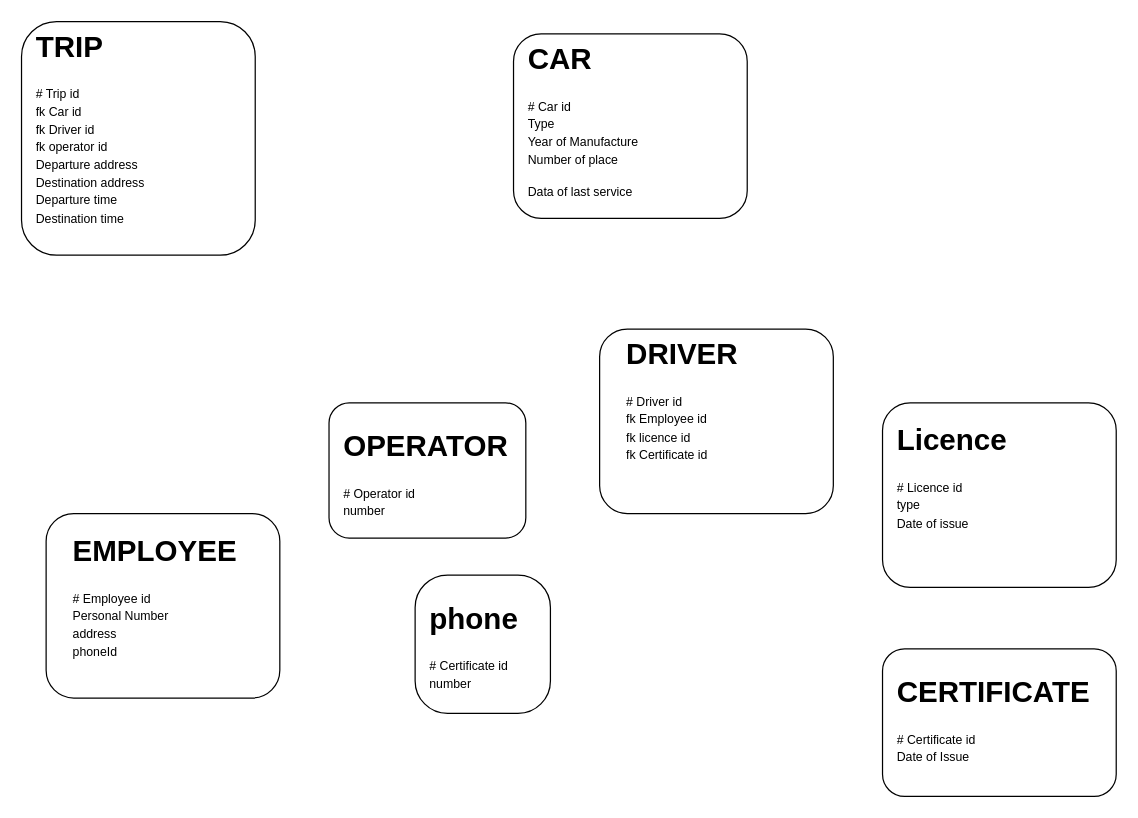
Before: lab Diagram.drawio in Usmankhan-038/New, a draw.io diagram. Source tidied: cells renumbered, new cells numbered last; positions are measured from the earlier drawing's top-left corner, leaving out a move shared by most shapes. Both pictures are drawn from the tidied source at 123%, with x=0, y=0 at pixel (21, 21).
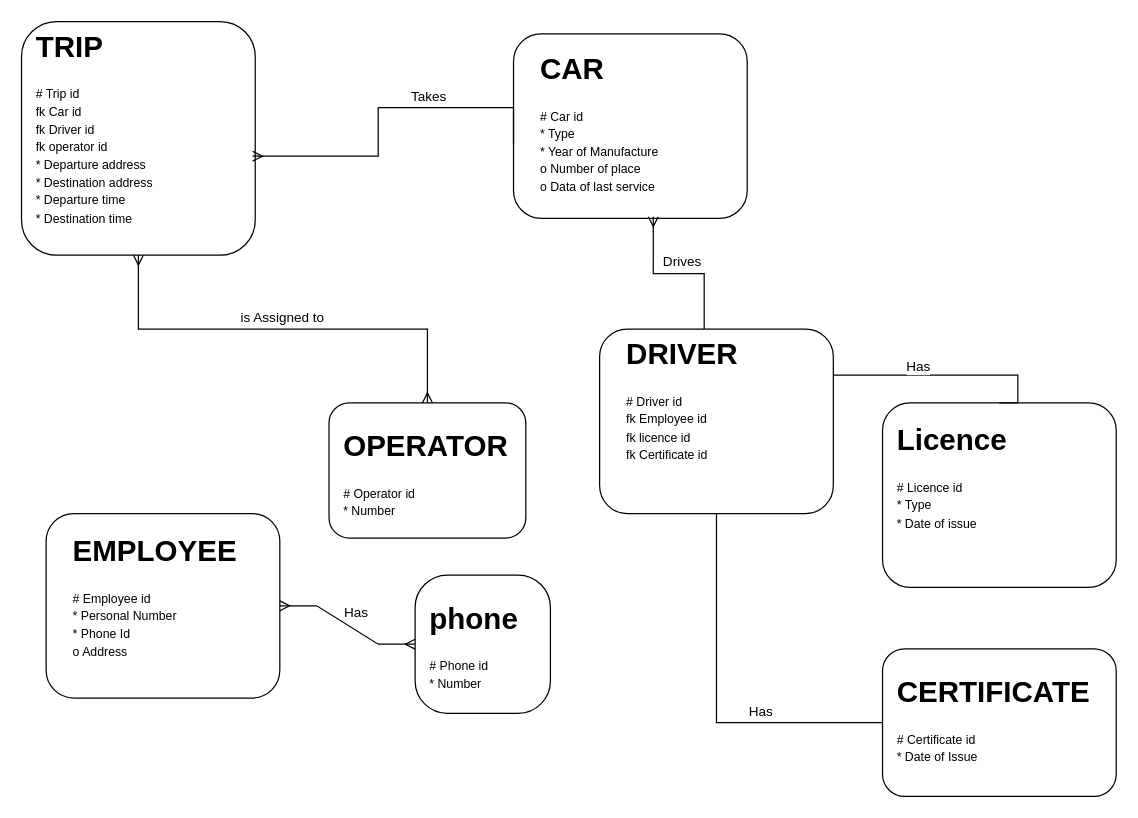
The same diagram, later.

The change refers to these unchanged cells:
```xml
<mxCell id="2" style="rounded=1;whiteSpace=wrap;html=1;" parent="1" vertex="1">
  <mxGeometry x="20" y="400" width="190" height="150" as="geometry" />
</mxCell>
<mxCell id="4" style="rounded=1;whiteSpace=wrap;html=1;" parent="1" vertex="1">
  <mxGeometry width="190" height="190" as="geometry" />
</mxCell>
<mxCell id="6" style="rounded=1;whiteSpace=wrap;html=1;" parent="1" vertex="1">
  <mxGeometry x="470" y="250" width="190" height="150" as="geometry" />
</mxCell>
<mxCell id="7" value="&lt;h1 style=&quot;margin-top: 0px;&quot;&gt;DRIVER&lt;/h1&gt;&lt;p&gt;&lt;span style=&quot;background-color: initial; font-size: 10px;&quot;&gt;# Driver id&lt;/span&gt;&lt;br&gt;&lt;span style=&quot;font-size: 10px; background-color: initial;&quot;&gt;fk Employee id&lt;/span&gt;&lt;br&gt;&lt;span style=&quot;font-size: 10px; background-color: initial;&quot;&gt;fk licence id&lt;/span&gt;&lt;br&gt;&lt;span style=&quot;font-size: 10px; background-color: initial;&quot;&gt;fk Certificate id&lt;/span&gt;&lt;br&gt;&lt;/p&gt;&lt;p&gt;&lt;br&gt;&lt;/p&gt;&lt;p&gt;&lt;br&gt;&lt;/p&gt;" style="text;html=1;whiteSpace=wrap;overflow=hidden;rounded=0;" parent="1" vertex="1">
  <mxGeometry x="490" y="250" width="130" height="120" as="geometry" />
</mxCell>
<mxCell id="8" style="rounded=1;whiteSpace=wrap;html=1;" parent="1" vertex="1">
  <mxGeometry x="400" y="10" width="190" height="150" as="geometry" />
</mxCell>
<mxCell id="10" style="rounded=1;whiteSpace=wrap;html=1;" parent="1" vertex="1">
  <mxGeometry x="700" y="510" width="190" height="120" as="geometry" />
</mxCell>
<mxCell id="12" style="rounded=1;whiteSpace=wrap;html=1;" parent="1" vertex="1">
  <mxGeometry x="700" y="310" width="190" height="150" as="geometry" />
</mxCell>
<mxCell id="14" style="rounded=1;whiteSpace=wrap;html=1;arcSize=24;" parent="1" vertex="1">
  <mxGeometry x="320" y="450" width="110" height="112.5" as="geometry" />
</mxCell>
<mxCell id="16" style="rounded=1;whiteSpace=wrap;html=1;" parent="1" vertex="1">
  <mxGeometry x="250" y="310" width="160" height="110" as="geometry" />
</mxCell>
```

What changed in the source:
```diff
@@
-    <mxCell id="3" value="&lt;h1 style=&quot;margin-top: 0px;&quot;&gt;EMPLOYEE&lt;/h1&gt;&lt;p&gt;&lt;span style=&quot;font-size: 10px; background-color: initial;&quot;&gt;# Employee id&lt;/span&gt;&lt;br&gt;&lt;span style=&quot;font-size: 10px; background-color: initial;&quot;&gt;Personal Number&lt;/span&gt;&lt;br&gt;&lt;span style=&quot;background-color: initial; font-size: 10px;&quot;&gt;address&lt;/span&gt;&lt;br&gt;&lt;span style=&quot;background-color: initial; font-size: 10px;&quot;&gt;phoneId&lt;/span&gt;&lt;br&gt;&lt;/p&gt;&lt;p&gt;&lt;br&gt;&lt;/p&gt;&lt;p&gt;&lt;br&gt;&lt;/p&gt;" style="text;html=1;whiteSpace=wrap;overflow=hidden;rounded=0;" parent="1" vertex="1">
+    <mxCell id="3" value="&lt;h1 style=&quot;margin-top: 0px;&quot;&gt;EMPLOYEE&lt;/h1&gt;&lt;p&gt;&lt;span style=&quot;background-color: initial; font-size: 10px;&quot;&gt;# Employee id&lt;/span&gt;&lt;br&gt;&lt;span style=&quot;background-color: initial; font-size: 10px;&quot;&gt;* Personal Number&lt;/span&gt;&lt;br&gt;&lt;span style=&quot;font-size: 10px; background-color: initial;&quot;&gt;* Phone Id&lt;/span&gt;&lt;br&gt;&lt;span style=&quot;background-color: initial; font-size: 10px;&quot;&gt;o Address&lt;/span&gt;&lt;br&gt;&lt;/p&gt;&lt;p&gt;&lt;br&gt;&lt;/p&gt;&lt;p&gt;&lt;br&gt;&lt;/p&gt;&lt;p&gt;&lt;br&gt;&lt;/p&gt;" style="text;html=1;whiteSpace=wrap;overflow=hidden;rounded=0;" parent="1" vertex="1">
       <mxGeometry x="40" y="410" width="150" height="130" as="geometry" />
     </mxCell>
@@
-    <mxCell id="5" value="&lt;h1 style=&quot;margin-top: 0px;&quot;&gt;TRIP&lt;/h1&gt;&lt;p&gt;&lt;span style=&quot;background-color: initial; font-size: 10px;&quot;&gt;# Trip id&lt;/span&gt;&lt;br&gt;&lt;span style=&quot;font-size: 10px; background-color: initial;&quot;&gt;fk Car id&lt;/span&gt;&lt;br&gt;&lt;span style=&quot;font-size: 10px; background-color: initial;&quot;&gt;fk Driver id&lt;/span&gt;&lt;br&gt;&lt;span style=&quot;font-size: 10px; background-color: initial;&quot;&gt;fk operator id&lt;/span&gt;&lt;br&gt;&lt;span style=&quot;font-size: 10px; background-color: initial;&quot;&gt;Departure address&lt;/span&gt;&lt;br&gt;&lt;span style=&quot;font-size: 10px; background-color: initial;&quot;&gt;Destination address&lt;/span&gt;&lt;br&gt;&lt;span style=&quot;font-size: 10px; background-color: initial;&quot;&gt;Departure time&lt;/span&gt;&lt;br&gt;&lt;span style=&quot;font-size: 10px; background-color: initial;&quot;&gt;Destination time&lt;/span&gt;&lt;br&gt;&lt;/p&gt;&lt;p&gt;&lt;br&gt;&lt;/p&gt;&lt;p&gt;&lt;br&gt;&lt;/p&gt;" style="text;html=1;whiteSpace=wrap;overflow=hidden;rounded=0;" parent="1" vertex="1">
+    <mxCell id="5" value="&lt;h1 style=&quot;margin-top: 0px;&quot;&gt;TRIP&lt;/h1&gt;&lt;p&gt;&lt;span style=&quot;background-color: initial; font-size: 10px;&quot;&gt;# Trip id&lt;/span&gt;&lt;br&gt;&lt;span style=&quot;font-size: 10px; background-color: initial;&quot;&gt;fk Car id&lt;/span&gt;&lt;br&gt;&lt;span style=&quot;font-size: 10px; background-color: initial;&quot;&gt;fk Driver id&lt;/span&gt;&lt;br&gt;&lt;span style=&quot;font-size: 10px; background-color: initial;&quot;&gt;fk operator id&lt;/span&gt;&lt;br&gt;&lt;span style=&quot;font-size: 10px; background-color: initial;&quot;&gt;* Departure address&lt;/span&gt;&lt;br&gt;&lt;span style=&quot;font-size: 10px; background-color: initial;&quot;&gt;* Destination address&lt;/span&gt;&lt;br&gt;&lt;span style=&quot;font-size: 10px; background-color: initial;&quot;&gt;* Departure time&lt;/span&gt;&lt;br&gt;&lt;span style=&quot;font-size: 10px; background-color: initial;&quot;&gt;* Destination time&lt;/span&gt;&lt;br&gt;&lt;/p&gt;&lt;p&gt;&lt;br&gt;&lt;/p&gt;&lt;p&gt;&lt;br&gt;&lt;/p&gt;" style="text;html=1;whiteSpace=wrap;overflow=hidden;rounded=0;" parent="1" vertex="1">
       <mxGeometry x="10" width="170" height="170" as="geometry" />
     </mxCell>
@@
-    <mxCell id="9" value="&lt;h1 style=&quot;margin-top: 0px;&quot;&gt;CAR&lt;/h1&gt;&lt;p&gt;&lt;span style=&quot;font-size: 10px; background-color: initial;&quot;&gt;# Car id&lt;/span&gt;&lt;br&gt;&lt;span style=&quot;font-size: 10px;&quot;&gt;Type&lt;/span&gt;&lt;br&gt;&lt;span style=&quot;font-size: 10px;&quot;&gt;Year of Manufacture&lt;/span&gt;&lt;br&gt;&lt;span style=&quot;font-size: 10px;&quot;&gt;Number of place&lt;/span&gt;&lt;/p&gt;&lt;p&gt;&lt;span style=&quot;font-size: 10px;&quot;&gt;Data of last service&lt;/span&gt;&lt;/p&gt;&lt;p&gt;&lt;br&gt;&lt;/p&gt;&lt;p&gt;&lt;br&gt;&lt;/p&gt;" style="text;html=1;whiteSpace=wrap;overflow=hidden;rounded=0;" parent="1" vertex="1">
-      <mxGeometry x="410" y="10" width="140" height="135" as="geometry" />
+    <mxCell id="9" value="&lt;h1 style=&quot;margin-top: 0px;&quot;&gt;CAR&lt;/h1&gt;&lt;p&gt;&lt;span style=&quot;background-color: initial; font-size: 10px;&quot;&gt;# Car id&lt;/span&gt;&lt;br&gt;&lt;span style=&quot;font-size: 10px; background-color: initial;&quot;&gt;* Type&lt;/span&gt;&lt;br&gt;&lt;span style=&quot;font-size: 10px; background-color: initial;&quot;&gt;* Year of Manufacture&lt;/span&gt;&lt;br&gt;&lt;span style=&quot;font-size: 10px; background-color: initial;&quot;&gt;o Number of place&lt;/span&gt;&lt;br&gt;&lt;span style=&quot;font-size: 10px; background-color: initial;&quot;&gt;o Data of last service&lt;/span&gt;&lt;br&gt;&lt;/p&gt;&lt;p&gt;&lt;br&gt;&lt;/p&gt;&lt;p&gt;&lt;br&gt;&lt;/p&gt;" style="text;html=1;whiteSpace=wrap;overflow=hidden;rounded=0;" parent="1" vertex="1">
+      <mxGeometry x="420" y="17.5" width="140" height="135" as="geometry" />
     </mxCell>
@@
-    <mxCell id="11" value="&lt;h1 style=&quot;margin-top: 0px;&quot;&gt;CERTIFICATE&lt;/h1&gt;&lt;p&gt;&lt;span style=&quot;background-color: initial; font-size: 10px;&quot;&gt;# Certificate id&lt;/span&gt;&lt;br&gt;&lt;span style=&quot;font-size: 10px;&quot;&gt;Date of Issue&lt;/span&gt;&lt;br&gt;&lt;/p&gt;&lt;p&gt;&lt;br&gt;&lt;/p&gt;&lt;p&gt;&lt;br&gt;&lt;/p&gt;" style="text;html=1;whiteSpace=wrap;overflow=hidden;rounded=0;" parent="1" vertex="1">
+    <mxCell id="11" value="&lt;h1 style=&quot;margin-top: 0px;&quot;&gt;CERTIFICATE&lt;/h1&gt;&lt;p&gt;&lt;span style=&quot;background-color: initial; font-size: 10px;&quot;&gt;# Certificate id&lt;/span&gt;&lt;br&gt;&lt;span style=&quot;font-size: 10px;&quot;&gt;* Date of Issue&lt;/span&gt;&lt;br&gt;&lt;/p&gt;&lt;p&gt;&lt;br&gt;&lt;/p&gt;&lt;p&gt;&lt;br&gt;&lt;/p&gt;" style="text;html=1;whiteSpace=wrap;overflow=hidden;rounded=0;" parent="1" vertex="1">
       <mxGeometry x="710" y="525" width="160" height="85" as="geometry" />
     </mxCell>
@@
-    <mxCell id="13" value="&lt;h1 style=&quot;margin-top: 0px;&quot;&gt;Licence&lt;/h1&gt;&lt;p&gt;&lt;span style=&quot;background-color: initial; font-size: 10px;&quot;&gt;# Licence id&lt;/span&gt;&lt;br&gt;&lt;span style=&quot;font-size: 10px;&quot;&gt;type&lt;/span&gt;&lt;br&gt;&lt;span style=&quot;font-size: 10px;&quot;&gt;Date of issue&lt;/span&gt;&lt;br&gt;&lt;br&gt;&lt;/p&gt;&lt;p&gt;&lt;br&gt;&lt;/p&gt;&lt;p&gt;&lt;br&gt;&lt;/p&gt;" style="text;html=1;whiteSpace=wrap;overflow=hidden;rounded=0;" parent="1" vertex="1">
+    <mxCell id="13" value="&lt;h1 style=&quot;margin-top: 0px;&quot;&gt;Licence&lt;/h1&gt;&lt;p&gt;&lt;span style=&quot;background-color: initial; font-size: 10px;&quot;&gt;# Licence id&lt;/span&gt;&lt;br&gt;&lt;span style=&quot;font-size: 10px;&quot;&gt;* Type&lt;/span&gt;&lt;br&gt;&lt;span style=&quot;font-size: 10px;&quot;&gt;* Date of issue&lt;/span&gt;&lt;br&gt;&lt;br&gt;&lt;/p&gt;&lt;p&gt;&lt;br&gt;&lt;/p&gt;&lt;p&gt;&lt;br&gt;&lt;/p&gt;" style="text;html=1;whiteSpace=wrap;overflow=hidden;rounded=0;" parent="1" vertex="1">
       <mxGeometry x="710" y="320" width="130" height="120" as="geometry" />
     </mxCell>
@@
-    <mxCell id="15" value="&lt;h1 style=&quot;margin-top: 0px;&quot;&gt;phone&lt;/h1&gt;&lt;p&gt;&lt;span style=&quot;background-color: initial; font-size: 10px;&quot;&gt;# Certificate id&lt;/span&gt;&lt;br&gt;&lt;span style=&quot;font-size: 10px;&quot;&gt;number&lt;/span&gt;&lt;/p&gt;&lt;p&gt;&lt;br&gt;&lt;/p&gt;&lt;p&gt;&lt;br&gt;&lt;/p&gt;" style="text;html=1;whiteSpace=wrap;overflow=hidden;rounded=0;" parent="1" vertex="1">
+    <mxCell id="15" value="&lt;h1 style=&quot;margin-top: 0px;&quot;&gt;phone&lt;/h1&gt;&lt;p&gt;&lt;span style=&quot;background-color: initial; font-size: 10px;&quot;&gt;# Phone id&lt;/span&gt;&lt;br&gt;&lt;span style=&quot;font-size: 10px;&quot;&gt;* Number&lt;/span&gt;&lt;/p&gt;&lt;p&gt;&lt;br&gt;&lt;/p&gt;&lt;p&gt;&lt;br&gt;&lt;/p&gt;" style="text;html=1;whiteSpace=wrap;overflow=hidden;rounded=0;" parent="1" vertex="1">
       <mxGeometry x="330" y="465" width="90" height="87.5" as="geometry" />
     </mxCell>
@@
-    <mxCell id="17" value="&lt;h1 style=&quot;margin-top: 0px;&quot;&gt;OPERATOR&lt;/h1&gt;&lt;p&gt;&lt;span style=&quot;background-color: initial; font-size: 10px;&quot;&gt;# Operator id&lt;/span&gt;&lt;br&gt;&lt;span style=&quot;font-size: 10px;&quot;&gt;number&lt;/span&gt;&lt;/p&gt;&lt;p&gt;&lt;br&gt;&lt;/p&gt;&lt;p&gt;&lt;br&gt;&lt;/p&gt;" style="text;html=1;whiteSpace=wrap;overflow=hidden;rounded=0;" parent="1" vertex="1">
+    <mxCell id="17" value="&lt;h1 style=&quot;margin-top: 0px;&quot;&gt;OPERATOR&lt;/h1&gt;&lt;p&gt;&lt;span style=&quot;background-color: initial; font-size: 10px;&quot;&gt;# Operator id&lt;/span&gt;&lt;br&gt;&lt;span style=&quot;font-size: 10px;&quot;&gt;* Number&lt;/span&gt;&lt;/p&gt;&lt;p&gt;&lt;br&gt;&lt;/p&gt;&lt;p&gt;&lt;br&gt;&lt;/p&gt;" style="text;html=1;whiteSpace=wrap;overflow=hidden;rounded=0;" parent="1" vertex="1">
       <mxGeometry x="260" y="325" width="140" height="95" as="geometry" />
     </mxCell>
+    <mxCell id="18" style="edgeStyle=entityRelationEdgeStyle;fontSize=12;html=1;endArrow=ERmany;startArrow=ERmany;rounded=0;entryX=0;entryY=0.5;entryDx=0;entryDy=0;exitX=1;exitY=0.5;exitDx=0;exitDy=0;" parent="1" edge="1" source="2" target="14">
+      <mxGeometry relative="1" as="geometry" />
+    </mxCell>
+    <mxCell id="19" value="Has" style="edgeLabel;html=1;align=center;verticalAlign=middle;" parent="18" vertex="1">
+      <mxGeometry x="-0.1" y="-4" relative="1" as="geometry">
+        <mxPoint x="13" y="-11" as="offset" />
+      </mxGeometry>
+    </mxCell>
+    <mxCell id="20" style="fontSize=12;html=1;endArrow=ERmany;rounded=0;entryX=0.598;entryY=0.991;entryDx=0;entryDy=0;entryPerimeter=0;exitX=0.5;exitY=0;exitDx=0;exitDy=0;edgeStyle=orthogonalEdgeStyle;" parent="1" edge="1" source="7" target="8">
+      <mxGeometry relative="1" as="geometry" />
+    </mxCell>
+    <mxCell id="21" value="Drives" style="edgeLabel;html=1;align=center;verticalAlign=middle;" parent="20" vertex="1">
+      <mxGeometry x="-0.06" y="-1" relative="1" as="geometry">
+        <mxPoint x="-2" y="-10" as="offset" />
+      </mxGeometry>
+    </mxCell>
+    <mxCell id="22" style="edgeStyle=orthogonalEdgeStyle;fontSize=12;html=1;endArrow=ERmany;rounded=0;entryX=1.046;entryY=0.644;entryDx=0;entryDy=0;entryPerimeter=0;" parent="1" edge="1" target="5">
+      <mxGeometry relative="1" as="geometry">
+        <mxPoint x="400" y="100" as="sourcePoint" />
+        <Array as="points">
+          <mxPoint x="400" y="70" />
+          <mxPoint x="290" y="70" />
+          <mxPoint x="290" y="110" />
+        </Array>
+      </mxGeometry>
+    </mxCell>
+    <mxCell id="23" value="Takes" style="edgeLabel;html=1;align=center;verticalAlign=middle;" parent="22" vertex="1">
+      <mxGeometry x="-0.29" relative="1" as="geometry">
+        <mxPoint y="-10" as="offset" />
+      </mxGeometry>
+    </mxCell>
+    <mxCell id="24" style="endArrow=none;html=1;rounded=0;entryX=0.5;entryY=0;entryDx=0;entryDy=0;exitX=1;exitY=0.25;exitDx=0;exitDy=0;edgeStyle=orthogonalEdgeStyle;" parent="1" edge="1" source="6" target="12">
+      <mxGeometry relative="1" as="geometry">
+        <Array as="points">
+          <mxPoint x="810" y="287" />
+          <mxPoint x="810" y="310" />
+        </Array>
+      </mxGeometry>
+    </mxCell>
+    <mxCell id="25" value="Has" style="edgeLabel;html=1;align=center;verticalAlign=middle;" parent="24" vertex="1">
+      <mxGeometry x="-0.28" y="2" relative="1" as="geometry">
+        <mxPoint y="-5" as="offset" />
+      </mxGeometry>
+    </mxCell>
+    <mxCell id="26" style="endArrow=none;html=1;rounded=0;entryX=0;entryY=0.5;entryDx=0;entryDy=0;exitX=0.5;exitY=1;exitDx=0;exitDy=0;edgeStyle=elbowEdgeStyle;" parent="1" edge="1" source="6" target="10">
+      <mxGeometry relative="1" as="geometry">
+        <Array as="points">
+          <mxPoint x="565" y="490" />
+        </Array>
+      </mxGeometry>
+    </mxCell>
+    <mxCell id="27" value="Has" style="edgeLabel;html=1;align=center;verticalAlign=middle;" parent="26" vertex="1">
+      <mxGeometry x="0.31" y="3" relative="1" as="geometry">
+        <mxPoint x="5" y="-7" as="offset" />
+      </mxGeometry>
+    </mxCell>
+    <mxCell id="28" style="edgeStyle=orthogonalEdgeStyle;fontSize=12;html=1;endArrow=ERmany;startArrow=ERmany;rounded=0;entryX=0.5;entryY=1;entryDx=0;entryDy=0;exitX=0.5;exitY=0;exitDx=0;exitDy=0;" parent="1" edge="1" source="16" target="4">
+      <mxGeometry relative="1" as="geometry" />
+    </mxCell>
+    <mxCell id="29" value="is Assigned to" style="edgeLabel;html=1;align=center;verticalAlign=middle;" parent="28" vertex="1">
+      <mxGeometry x="0.01" y="-1" relative="1" as="geometry">
+        <mxPoint y="-9" as="offset" />
+      </mxGeometry>
+    </mxCell>
```
